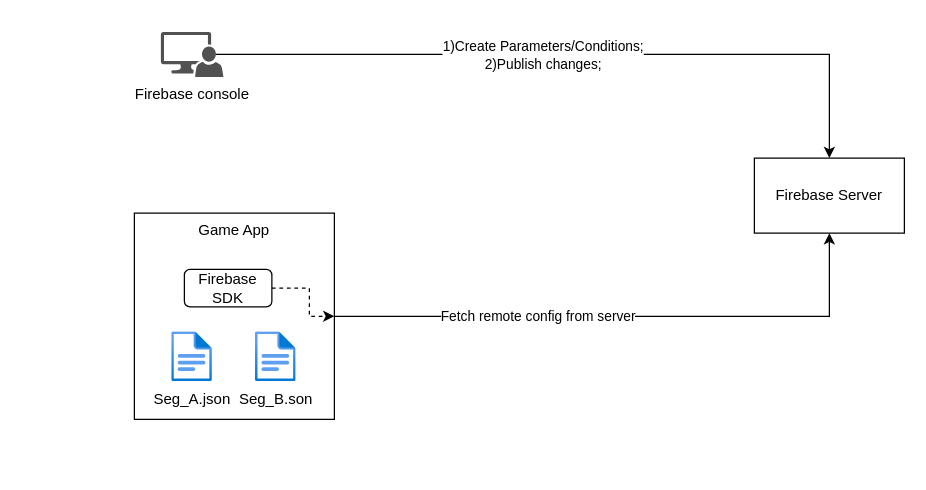
This is RemoteConfigSegementSolution.drawio from yaohuiwu/SimpleFS, a draw.io file, before an edit. Source tidied: cells renumbered, new cells numbered last; positions are measured from the earlier drawing's top-left corner, leaving out a move shared by most shapes. Both pictures are drawn from the tidied source at 125%, with x=0, y=0 at pixel (134, 31).
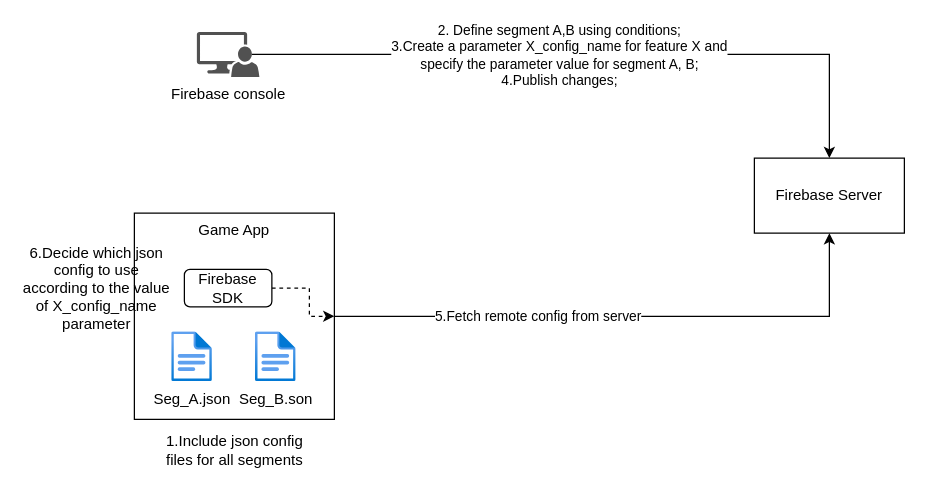
The same page after the edit.

The edit, as a diff of the source:
```diff
@@
 <mxGraphModel>
   <root>
     <mxCell id="0" />
     <mxCell id="1" parent="0" />
     <mxCell id="2" value="Firebase console" style="sketch=0;shadow=0;dashed=0;html=1;strokeColor=none;labelPosition=center;verticalLabelPosition=bottom;verticalAlign=top;align=center;fillColor=#515151;shape=mxgraph.mscae.system_center.admin_console;" parent="1" vertex="1">
-      <mxGeometry x="21.2" width="50" height="36" as="geometry" />
+      <mxGeometry x="50" width="50" height="36" as="geometry" />
     </mxCell>
     <mxCell id="3" style="edgeStyle=orthogonalEdgeStyle;rounded=0;jettySize=auto;html=1;exitX=0.88;exitY=0.5;exitDx=0;exitDy=0;exitPerimeter=0;entryX=0.5;entryY=0;entryDx=0;entryDy=0;entryPerimeter=0;" parent="1" edge="1" source="2" target="12">
       <mxGeometry relative="1" as="geometry" />
     </mxCell>
-    <mxCell id="4" value="1)Create Parameters/Conditions;&lt;br&gt;2)Publish changes;" style="edgeLabel;html=1;align=center;verticalAlign=middle;" parent="3" vertex="1">
-      <mxGeometry x="-0.09" relative="1" as="geometry" />
+    <mxCell id="4" value="2. Define segment A,B using conditions;&lt;br&gt;3.Create a parameter X_config_name for feature X and&lt;br&gt;specify the parameter value for segment A, B;&lt;br&gt;4.Publish changes;" style="edgeLabel;html=1;align=center;verticalAlign=middle;" parent="3" vertex="1">
+      <mxGeometry x="-0.09" relative="1" as="geometry">
+        <mxPoint x="-3" as="offset" />
+      </mxGeometry>
     </mxCell>
     <mxCell id="5" style="edgeStyle=orthogonalEdgeStyle;rounded=0;jettySize=auto;html=1;exitX=1;exitY=0.5;exitDx=0;exitDy=0;entryX=0.5;entryY=1;entryDx=0;entryDy=0;" parent="1" edge="1" source="7" target="12">
       <mxGeometry relative="1" as="geometry">
         <Array as="points">
           <mxPoint x="556" y="228" />
           <mxPoint x="556" y="180" />
         </Array>
       </mxGeometry>
     </mxCell>
-    <mxCell id="6" value="Fetch remote config from server" style="edgeLabel;html=1;align=center;verticalAlign=middle;" parent="5" vertex="1">
+    <mxCell id="6" value="5.Fetch remote config from server" style="edgeLabel;html=1;align=center;verticalAlign=middle;" parent="5" vertex="1">
       <mxGeometry x="-0.3" y="1" relative="1" as="geometry">
         <mxPoint y="1" as="offset" />
       </mxGeometry>
     </mxCell>
     <mxCell id="7" value="Game App" style="rounded=0;whiteSpace=wrap;html=1;verticalAlign=top;" parent="1" vertex="1">
       <mxGeometry y="145" width="160" height="165" as="geometry" />
     </mxCell>
     <mxCell id="8" style="edgeStyle=orthogonalEdgeStyle;rounded=0;jettySize=auto;html=1;exitX=1;exitY=0.5;exitDx=0;exitDy=0;entryX=1;entryY=0.5;entryDx=0;entryDy=0;dashed=1;" parent="1" edge="1" source="9" target="7">
       <mxGeometry relative="1" as="geometry">
         <Array as="points">
           <mxPoint x="140" y="205" />
           <mxPoint x="140" y="228" />
         </Array>
       </mxGeometry>
     </mxCell>
     <mxCell id="9" value="Firebase SDK" style="rounded=1;whiteSpace=wrap;html=1;" parent="1" vertex="1">
       <mxGeometry x="40" y="190" width="70" height="30" as="geometry" />
     </mxCell>
     <mxCell id="10" value="Seg_A.json" style="image;html=1;align=center;fontSize=12;image=img/lib/azure2/general/File.svg;" parent="1" vertex="1">
       <mxGeometry x="30" y="240" width="32.5" height="40" as="geometry" />
     </mxCell>
     <mxCell id="11" value="Seg_B.son" style="image;html=1;align=center;fontSize=12;image=img/lib/azure2/general/File.svg;" parent="1" vertex="1">
       <mxGeometry x="97" y="240" width="32.5" height="40" as="geometry" />
     </mxCell>
     <mxCell id="12" value="Firebase Server" style="rounded=0;whiteSpace=wrap;html=1;" parent="1" vertex="1">
       <mxGeometry x="496" y="101" width="120" height="60" as="geometry" />
     </mxCell>
+    <mxCell id="13" value="1.Include json config files for all segments" style="text;html=1;strokeColor=none;fillColor=none;align=center;verticalAlign=middle;whiteSpace=wrap;rounded=0;" parent="1" vertex="1">
+      <mxGeometry x="23.5" y="320" width="113" height="30" as="geometry" />
+    </mxCell>
+    <mxCell id="14" value="6.Decide which json config to use according to the value of&amp;nbsp;X_config_name parameter" style="text;html=1;strokeColor=none;fillColor=none;align=center;verticalAlign=middle;whiteSpace=wrap;rounded=0;" parent="1" vertex="1">
+      <mxGeometry x="-90" y="190" width="120" height="30" as="geometry" />
+    </mxCell>
   </root>
 </mxGraphModel>
```
